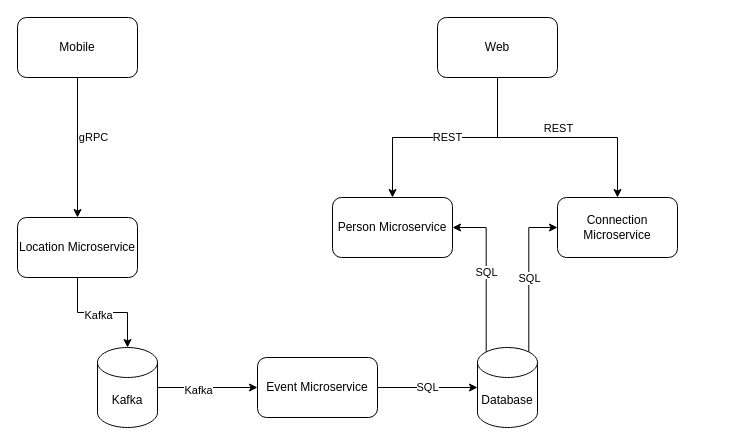
Above: docs/architecture_design.drawio in alanbrant/nd064-c2-message-passing-projects-starter (draw.io), before the change. Source tidied: cells renumbered, new cells numbered last; positions are measured from the earlier drawing's top-left corner, leaving out a move shared by most shapes. Both pictures are drawn from the tidied source at 100%, with x=0, y=0 at pixel (17, 17).
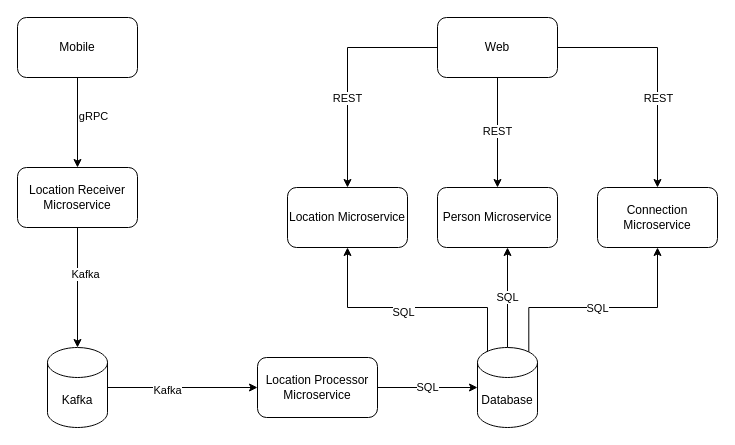
Above is the later version.

Unchanged cells that the change refers to:
```xml
<mxCell id="7" value="Mobile" style="rounded=1;whiteSpace=wrap;html=1;" parent="1" vertex="1">
  <mxGeometry width="120" height="60" as="geometry" />
</mxCell>
<mxCell id="16" style="edgeStyle=orthogonalEdgeStyle;rounded=0;jettySize=auto;html=1;" parent="1" edge="1" source="18" target="12">
  <mxGeometry relative="1" as="geometry" />
</mxCell>
<mxCell id="18" value="Web" style="rounded=1;whiteSpace=wrap;html=1;" parent="1" vertex="1">
  <mxGeometry x="420" width="120" height="60" as="geometry" />
</mxCell>
<mxCell id="22" value="Database" style="shape=cylinder3;whiteSpace=wrap;html=1;boundedLbl=1;backgroundOutline=1;size=15;" parent="1" vertex="1">
  <mxGeometry x="460" y="330" width="60" height="80" as="geometry" />
</mxCell>
```

Diff of the diagram source:
```diff
@@
-    <mxCell id="2" style="edgeStyle=orthogonalEdgeStyle;rounded=0;jettySize=auto;html=1;" parent="1" edge="1" source="4" target="21">
+    <mxCell id="2" style="edgeStyle=orthogonalEdgeStyle;rounded=0;jettySize=auto;html=1;" parent="1" edge="1" source="27" target="21">
       <mxGeometry relative="1" as="geometry" />
     </mxCell>
@@
     <mxCell id="4" value="Location Microservice" style="rounded=1;whiteSpace=wrap;html=1;" parent="1" vertex="1">
-      <mxGeometry y="200" width="120" height="60" as="geometry" />
+      <mxGeometry x="270" y="170" width="120" height="60" as="geometry" />
     </mxCell>
-    <mxCell id="5" style="edgeStyle=orthogonalEdgeStyle;rounded=0;jettySize=auto;html=1;" parent="1" edge="1" source="7" target="4">
+    <mxCell id="5" style="edgeStyle=orthogonalEdgeStyle;rounded=0;jettySize=auto;html=1;entryX=0.5;entryY=0;entryDx=0;entryDy=0;" parent="1" edge="1" source="7" target="27">
       <mxGeometry relative="1" as="geometry" />
     </mxCell>
@@
-    <mxCell id="8" value="SQL" style="edgeStyle=orthogonalEdgeStyle;rounded=0;jettySize=auto;html=1;exitX=0.145;exitY=0;exitDx=0;exitDy=4.35;exitPerimeter=0;" parent="1" edge="1" source="22" target="9">
+    <mxCell id="8" value="SQL" style="edgeStyle=orthogonalEdgeStyle;rounded=0;jettySize=auto;html=1;" parent="1" edge="1" target="9">
       <mxGeometry relative="1" as="geometry">
+        <mxPoint x="490" y="330" as="sourcePoint" />
         <Array as="points">
           <mxPoint x="469" y="210" />
         </Array>
       </mxGeometry>
     </mxCell>
     <mxCell id="9" value="Person Microservice" style="rounded=1;whiteSpace=wrap;html=1;" parent="1" vertex="1">
-      <mxGeometry x="315" y="180" width="120" height="60" as="geometry" />
+      <mxGeometry x="420" y="170" width="120" height="60" as="geometry" />
     </mxCell>
-    <mxCell id="10" style="edgeStyle=orthogonalEdgeStyle;rounded=0;jettySize=auto;html=1;exitX=0.855;exitY=0;exitDx=0;exitDy=4.35;exitPerimeter=0;" parent="1" edge="1" source="22" target="12">
+    <mxCell id="10" style="edgeStyle=orthogonalEdgeStyle;rounded=0;jettySize=auto;html=1;exitX=0.855;exitY=0;exitDx=0;exitDy=4.35;exitPerimeter=0;entryX=0.5;entryY=1;entryDx=0;entryDy=0;" parent="1" edge="1" source="22" target="12">
       <mxGeometry relative="1" as="geometry">
         <Array as="points">
-          <mxPoint x="511" y="210" />
+          <mxPoint x="511" y="290" />
+          <mxPoint x="640" y="290" />
         </Array>
       </mxGeometry>
     </mxCell>
@@
     <mxCell id="12" value="Connection Microservice" style="rounded=1;whiteSpace=wrap;html=1;" parent="1" vertex="1">
-      <mxGeometry x="540" y="180" width="120" height="60" as="geometry" />
+      <mxGeometry x="580" y="170" width="120" height="60" as="geometry" />
     </mxCell>
@@
-    <mxCell id="14" value="Event Microservice" style="rounded=1;whiteSpace=wrap;html=1;" parent="1" vertex="1">
+    <mxCell id="14" value="Location Processor Microservice" style="rounded=1;whiteSpace=wrap;html=1;" parent="1" vertex="1">
       <mxGeometry x="240" y="340" width="120" height="60" as="geometry" />
     </mxCell>
@@
     <mxCell id="17" value="REST" style="edgeLabel;html=1;align=center;verticalAlign=middle;" parent="16" vertex="1">
       <mxGeometry x="0.11" y="-3" relative="1" as="geometry">
-        <mxPoint x="-13" y="-13" as="offset" />
+        <mxPoint x="3" y="17" as="offset" />
       </mxGeometry>
     </mxCell>
+    <mxCell id="23" style="edgeStyle=orthogonalEdgeStyle;rounded=0;jettySize=auto;html=1;entryX=0.5;entryY=0;entryDx=0;entryDy=0;" parent="1" edge="1" source="18" target="4">
+      <mxGeometry relative="1" as="geometry" />
+    </mxCell>
+    <mxCell id="24" value="REST" style="edgeLabel;html=1;align=center;verticalAlign=middle;" parent="23" vertex="1">
+      <mxGeometry x="-0.11" y="-1" relative="1" as="geometry">
+        <mxPoint y="38" as="offset" />
+      </mxGeometry>
+    </mxCell>
@@
     <mxCell id="21" value="Kafka" style="shape=cylinder3;whiteSpace=wrap;html=1;boundedLbl=1;backgroundOutline=1;size=15;" parent="1" vertex="1">
-      <mxGeometry x="80" y="330" width="60" height="80" as="geometry" />
+      <mxGeometry x="30" y="330" width="60" height="80" as="geometry" />
     </mxCell>
+    <mxCell id="25" style="edgeStyle=orthogonalEdgeStyle;rounded=0;jettySize=auto;html=1;entryX=0.5;entryY=1;entryDx=0;entryDy=0;exitX=0.145;exitY=0;exitDx=0;exitDy=4.35;exitPerimeter=0;" parent="1" edge="1" source="22" target="4">
+      <mxGeometry relative="1" as="geometry">
+        <Array as="points">
+          <mxPoint x="470" y="334" />
+          <mxPoint x="470" y="290" />
+          <mxPoint x="330" y="290" />
+        </Array>
+      </mxGeometry>
+    </mxCell>
+    <mxCell id="26" value="SQL" style="edgeLabel;html=1;align=center;verticalAlign=middle;" parent="25" vertex="1">
+      <mxGeometry x="0.06" y="4" relative="1" as="geometry" />
+    </mxCell>
@@
+    <mxCell id="27" value="Location Receiver Microservice" style="rounded=1;whiteSpace=wrap;html=1;" parent="1" vertex="1">
+      <mxGeometry y="150" width="120" height="60" as="geometry" />
+    </mxCell>
```
